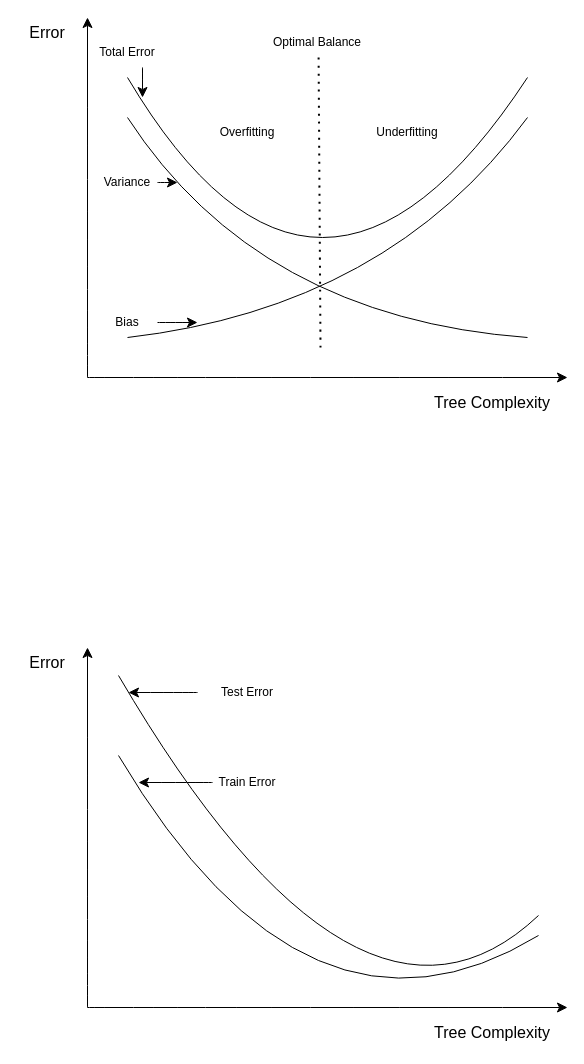
This is midterm/bias and variance.drawio from KayvanShah1/usc-dsci552-mlds-sp23, a draw.io file, before an edit. Source tidied: cells renumbered, new cells numbered last; positions are measured from the earlier drawing's top-left corner, leaving out a move shared by most shapes. Both pictures are drawn from the tidied source at 100%, with x=0, y=0 at pixel (17, 17).
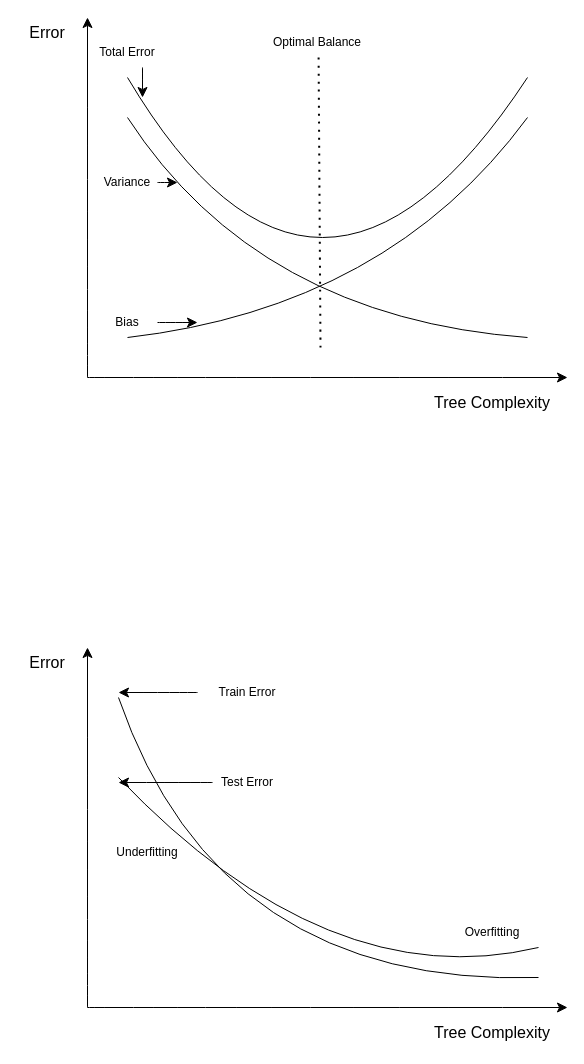
After the change.

What changed in the source:
```diff
@@
-    <mxCell id="16" value="Underfitting" style="text;html=1;strokeColor=none;fillColor=none;align=center;verticalAlign=middle;whiteSpace=wrap;rounded=0;fontSize=12;" parent="1" vertex="1">
-      <mxGeometry x="360" y="100" width="60" height="30" as="geometry" />
-    </mxCell>
-    <mxCell id="17" value="Overfitting" style="text;html=1;strokeColor=none;fillColor=none;align=center;verticalAlign=middle;whiteSpace=wrap;rounded=0;fontSize=12;" parent="1" vertex="1">
-      <mxGeometry x="200" y="100" width="60" height="30" as="geometry" />
-    </mxCell>
@@
     <mxCell id="24" style="endArrow=none;html=1;rounded=0;fontSize=12;startSize=8;endSize=8;curved=1;" parent="1" edge="1">
       <mxGeometry relative="1" as="geometry">
-        <mxPoint x="101" y="658" as="sourcePoint" />
-        <mxPoint x="521" y="898" as="targetPoint" />
+        <mxPoint x="101" y="760" as="sourcePoint" />
+        <mxPoint x="521" y="930" as="targetPoint" />
         <Array as="points">
-          <mxPoint x="341" y="1068" />
+          <mxPoint x="311" y="980" />
         </Array>
       </mxGeometry>
     </mxCell>
     <mxCell id="25" style="endArrow=none;html=1;rounded=0;fontSize=12;startSize=8;endSize=8;curved=1;" parent="1" edge="1">
       <mxGeometry relative="1" as="geometry">
-        <mxPoint x="101" y="738" as="sourcePoint" />
-        <mxPoint x="521" y="918" as="targetPoint" />
+        <mxPoint x="101" y="680" as="sourcePoint" />
+        <mxPoint x="521" y="960" as="targetPoint" />
         <Array as="points">
-          <mxPoint x="291" y="1058" />
+          <mxPoint x="201" y="970" />
         </Array>
       </mxGeometry>
     </mxCell>
     <mxCell id="26" style="edgeStyle=none;curved=1;rounded=0;jettySize=auto;html=1;exitX=0;exitY=0.5;exitDx=0;exitDy=0;fontSize=12;startSize=8;endSize=8;" parent="1" edge="1" source="27">
       <mxGeometry relative="1" as="geometry">
-        <mxPoint x="111" y="675" as="targetPoint" />
+        <mxPoint x="101" y="675" as="targetPoint" />
       </mxGeometry>
     </mxCell>
-    <mxCell id="27" value="Test Error" style="text;html=1;strokeColor=none;fillColor=none;align=center;verticalAlign=middle;whiteSpace=wrap;rounded=0;fontSize=12;" parent="1" vertex="1">
+    <mxCell id="27" value="Train Error" style="text;html=1;strokeColor=none;fillColor=none;align=center;verticalAlign=middle;whiteSpace=wrap;rounded=0;fontSize=12;" parent="1" vertex="1">
       <mxGeometry x="180" y="660" width="100" height="30" as="geometry" />
     </mxCell>
     <mxCell id="28" style="edgeStyle=none;curved=1;rounded=0;jettySize=auto;html=1;exitX=0;exitY=0.5;exitDx=0;exitDy=0;fontSize=12;startSize=8;endSize=8;" parent="1" edge="1" source="29">
       <mxGeometry relative="1" as="geometry">
-        <mxPoint x="121" y="765" as="targetPoint" />
+        <mxPoint x="101" y="765" as="targetPoint" />
       </mxGeometry>
     </mxCell>
-    <mxCell id="29" value="Train Error" style="text;html=1;strokeColor=none;fillColor=none;align=center;verticalAlign=middle;whiteSpace=wrap;rounded=0;fontSize=12;" parent="1" vertex="1">
+    <mxCell id="29" value="Test Error" style="text;html=1;strokeColor=none;fillColor=none;align=center;verticalAlign=middle;whiteSpace=wrap;rounded=0;fontSize=12;" parent="1" vertex="1">
       <mxGeometry x="195" y="750" width="70" height="30" as="geometry" />
     </mxCell>
+    <mxCell id="17" value="Overfitting" style="text;html=1;strokeColor=none;fillColor=none;align=center;verticalAlign=middle;whiteSpace=wrap;rounded=0;fontSize=12;" parent="1" vertex="1">
+      <mxGeometry x="425" y="900" width="100" height="30" as="geometry" />
+    </mxCell>
+    <mxCell id="16" value="Underfitting" style="text;html=1;strokeColor=none;fillColor=none;align=center;verticalAlign=middle;whiteSpace=wrap;rounded=0;fontSize=12;" parent="1" vertex="1">
+      <mxGeometry x="80" y="820" width="100" height="30" as="geometry" />
+    </mxCell>
```
